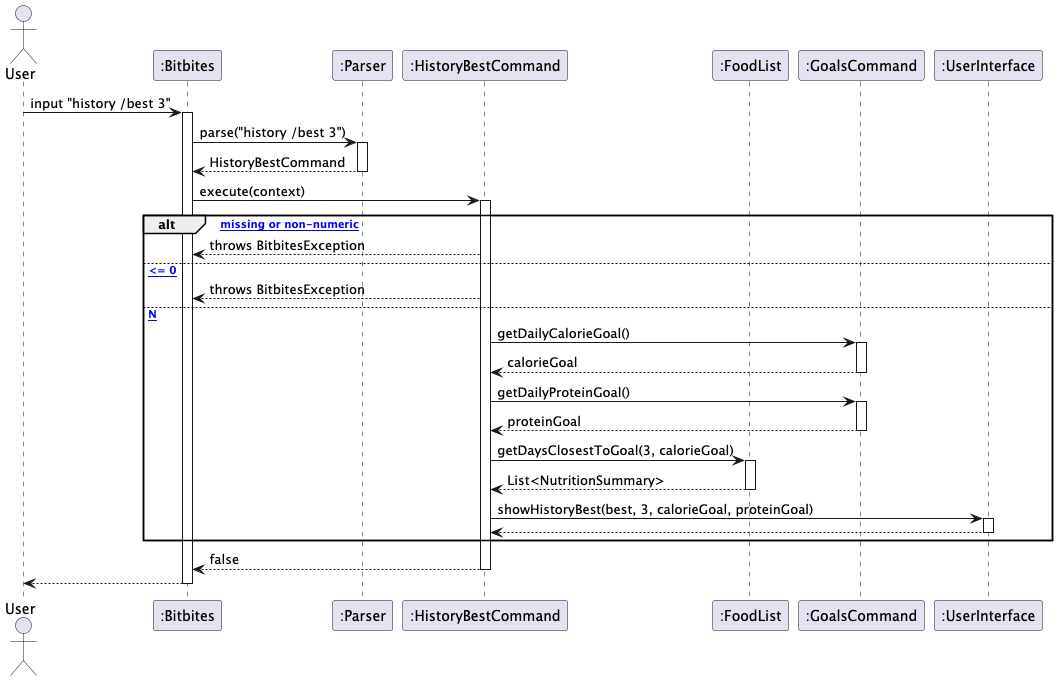
Before: docs/uml/histroy_best.png, a diagram exported from PlantUML (bryanyeo3125/tp). Source of this version:
```plantuml
@startuml
actor User
participant ":Bitbites" as Bitbites
participant ":Parser" as Parser
participant ":HistoryBestCommand" as HistoryBestCommand
participant ":FoodList" as FoodList
participant ":GoalsCommand" as GoalsCommand
participant ":UserInterface" as UI

User -> Bitbites : input "history /best 3"
activate Bitbites

Bitbites -> Parser : parse("history /best 3")
activate Parser
Parser --> Bitbites : HistoryBestCommand
deactivate Parser

Bitbites -> HistoryBestCommand : execute(context)
activate HistoryBestCommand

alt [N missing or non-numeric]
  HistoryBestCommand --> Bitbites : throws BitbitesException
else [N <= 0]
  HistoryBestCommand --> Bitbites : throws BitbitesException
else [valid N]
  HistoryBestCommand -> GoalsCommand : getDailyCalorieGoal()
  activate GoalsCommand
  GoalsCommand --> HistoryBestCommand : calorieGoal
  deactivate GoalsCommand

  HistoryBestCommand -> GoalsCommand : getDailyProteinGoal()
  activate GoalsCommand
  GoalsCommand --> HistoryBestCommand : proteinGoal
  deactivate GoalsCommand

  HistoryBestCommand -> FoodList : getDaysClosestToGoal(3, calorieGoal)
  activate FoodList
  FoodList --> HistoryBestCommand : List<NutritionSummary>
  deactivate FoodList

  HistoryBestCommand -> UI : showHistoryBest(best, 3, calorieGoal, proteinGoal)
  activate UI
  UI --> HistoryBestCommand
  deactivate UI
end

HistoryBestCommand --> Bitbites : false
deactivate HistoryBestCommand

Bitbites --> User
deactivate Bitbites
@enduml
```
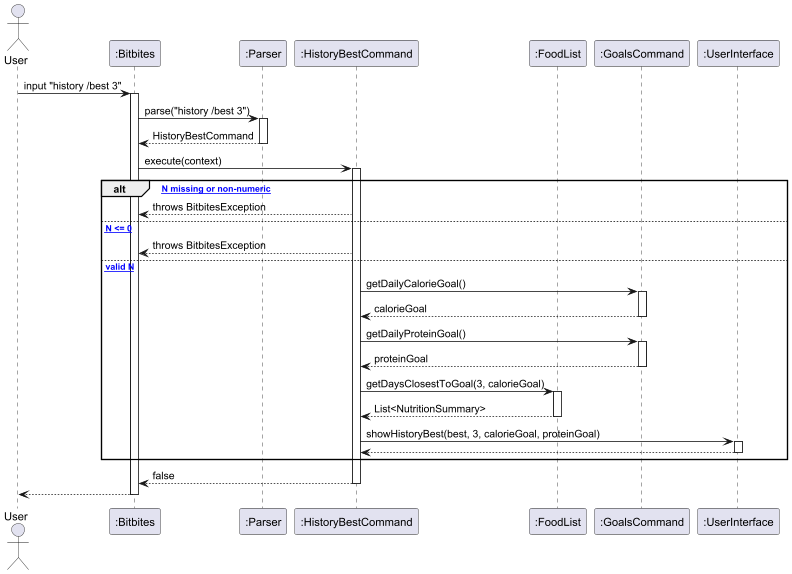
After the commit.

Change to the diagram source:
```diff
@@ -18,11 +18,11 @@
 Bitbites -> HistoryBestCommand : execute(context)
 activate HistoryBestCommand
 
-alt [N missing or non-numeric]
+alt [* N missing or non-numeric]
   HistoryBestCommand --> Bitbites : throws BitbitesException
-else [N <= 0]
+else [* N <= 0]
   HistoryBestCommand --> Bitbites : throws BitbitesException
-else [valid N]
+else [* valid N]
   HistoryBestCommand -> GoalsCommand : getDailyCalorieGoal()
   activate GoalsCommand
   GoalsCommand --> HistoryBestCommand : calorieGoal
```
